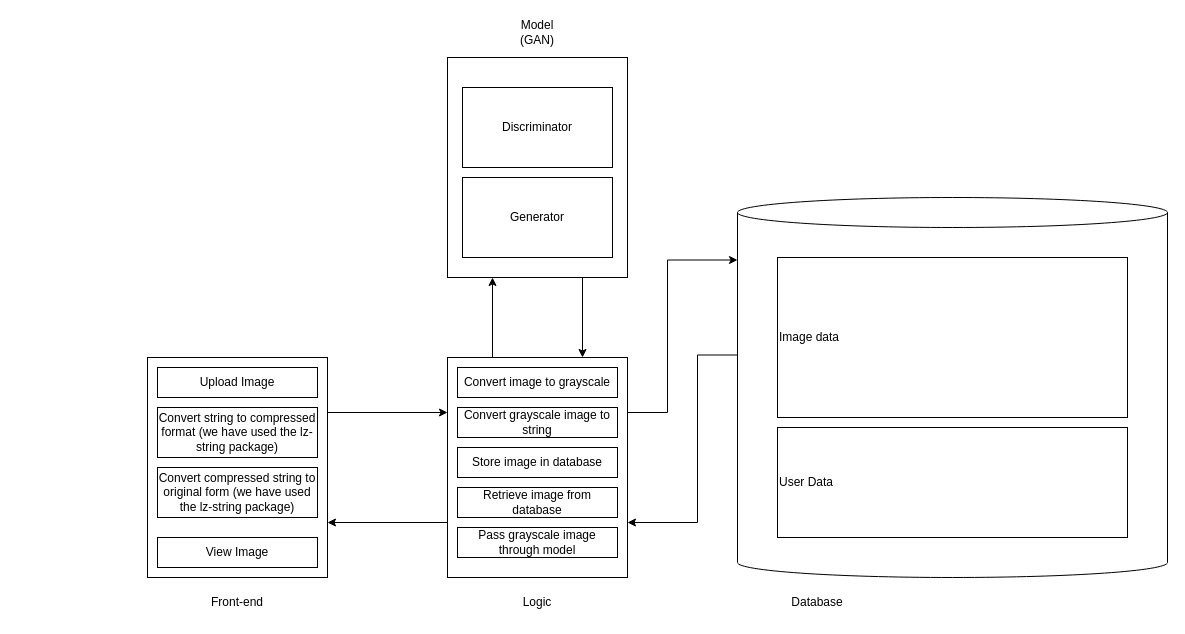
Before: det-diag-v-1.drawio in aditya-deo/gan-paper-2-diagrams, a draw.io diagram. Source tidied: cells renumbered, new cells numbered last; positions are measured from the earlier drawing's top-left corner, leaving out a move shared by most shapes. Both pictures are drawn from the tidied source at 100%, with x=0, y=0 at pixel (147, 17).
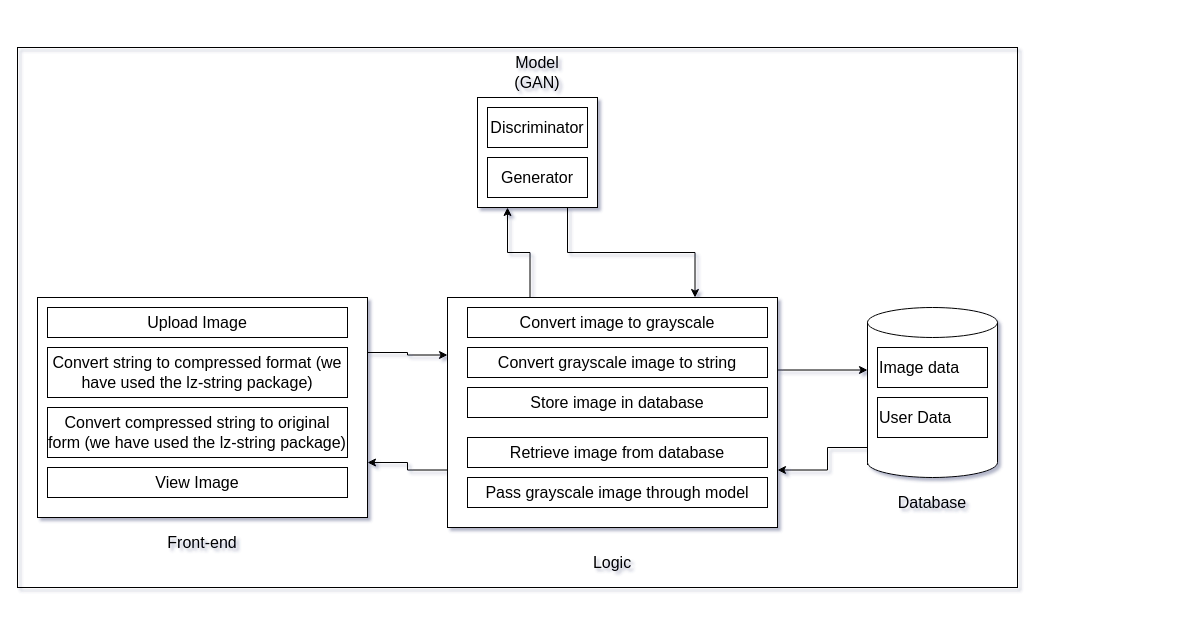
After the change.

The edit, as a diff of the source:
```diff
@@
-<mxGraphModel background="#ffffff">
+<mxGraphModel background="#ffffff" shadow="1">
@@
-    <mxCell id="2" style="edgeStyle=orthogonalEdgeStyle;rounded=0;jettySize=auto;html=1;exitX=1;exitY=0.25;exitDx=0;exitDy=0;entryX=0;entryY=0.25;entryDx=0;entryDy=0;" parent="1" edge="1" source="3" target="7">
+    <mxCell id="2" style="edgeStyle=orthogonalEdgeStyle;rounded=0;jettySize=auto;html=1;exitX=1;exitY=0.25;exitDx=0;exitDy=0;entryX=0;entryY=0.25;entryDx=0;entryDy=0;fontSize=16;" parent="1" edge="1" source="3" target="7">
       <mxGeometry relative="1" as="geometry" />
     </mxCell>
-    <mxCell id="3" style="rounded=0;whiteSpace=wrap;html=1;" parent="1" vertex="1">
-      <mxGeometry y="340" width="180" height="220" as="geometry" />
+    <mxCell id="3" style="rounded=0;whiteSpace=wrap;html=1;fontSize=16;" parent="1" vertex="1">
+      <mxGeometry x="-110" y="280" width="330" height="220" as="geometry" />
     </mxCell>
-    <mxCell id="4" style="edgeStyle=orthogonalEdgeStyle;rounded=0;jettySize=auto;html=1;exitX=0.25;exitY=0;exitDx=0;exitDy=0;entryX=0.25;entryY=1;entryDx=0;entryDy=0;" parent="1" edge="1" source="7" target="9">
+    <mxCell id="4" style="edgeStyle=orthogonalEdgeStyle;rounded=0;jettySize=auto;html=1;exitX=0.25;exitY=0;exitDx=0;exitDy=0;entryX=0.25;entryY=1;entryDx=0;entryDy=0;fontSize=16;" parent="1" edge="1" source="7" target="9">
       <mxGeometry relative="1" as="geometry" />
     </mxCell>
-    <mxCell id="5" style="edgeStyle=orthogonalEdgeStyle;rounded=0;jettySize=auto;html=1;exitX=1;exitY=0.25;exitDx=0;exitDy=0;entryX=0;entryY=0;entryDx=0;entryDy=62.5;entryPerimeter=0;" parent="1" edge="1" source="7" target="11">
+    <mxCell id="5" style="edgeStyle=orthogonalEdgeStyle;rounded=0;jettySize=auto;html=1;exitX=1;exitY=0.25;exitDx=0;exitDy=0;entryX=0;entryY=0;entryDx=0;entryDy=62.5;entryPerimeter=0;fontSize=16;" parent="1" edge="1" source="7" target="11">
       <mxGeometry relative="1" as="geometry">
         <Array as="points">
-          <mxPoint x="520" y="395" />
-          <mxPoint x="520" y="243" />
+          <mxPoint x="530" y="395" />
+          <mxPoint x="530" y="353" />
         </Array>
       </mxGeometry>
     </mxCell>
-    <mxCell id="6" style="edgeStyle=orthogonalEdgeStyle;rounded=0;jettySize=auto;html=1;exitX=0;exitY=0.75;exitDx=0;exitDy=0;entryX=1;entryY=0.75;entryDx=0;entryDy=0;" parent="1" edge="1" source="7" target="3">
+    <mxCell id="6" style="edgeStyle=orthogonalEdgeStyle;rounded=0;jettySize=auto;html=1;exitX=0;exitY=0.75;exitDx=0;exitDy=0;entryX=1;entryY=0.75;entryDx=0;entryDy=0;fontSize=16;" parent="1" edge="1" source="7" target="3">
       <mxGeometry relative="1" as="geometry" />
     </mxCell>
-    <mxCell id="7" style="rounded=0;whiteSpace=wrap;html=1;" parent="1" vertex="1">
-      <mxGeometry x="300" y="340" width="180" height="220" as="geometry" />
+    <mxCell id="7" style="rounded=0;whiteSpace=wrap;html=1;fontSize=16;" parent="1" vertex="1">
+      <mxGeometry x="300" y="280" width="330" height="230" as="geometry" />
     </mxCell>
-    <mxCell id="8" style="edgeStyle=orthogonalEdgeStyle;rounded=0;jettySize=auto;html=1;exitX=0.75;exitY=1;exitDx=0;exitDy=0;entryX=0.75;entryY=0;entryDx=0;entryDy=0;" parent="1" edge="1" source="9" target="7">
+    <mxCell id="8" style="edgeStyle=orthogonalEdgeStyle;rounded=0;jettySize=auto;html=1;exitX=0.75;exitY=1;exitDx=0;exitDy=0;entryX=0.75;entryY=0;entryDx=0;entryDy=0;fontSize=16;" parent="1" edge="1" source="9" target="7">
       <mxGeometry relative="1" as="geometry" />
     </mxCell>
-    <mxCell id="9" style="rounded=0;whiteSpace=wrap;html=1;" parent="1" vertex="1">
-      <mxGeometry x="300" y="40" width="180" height="220" as="geometry" />
+    <mxCell id="9" style="rounded=0;whiteSpace=wrap;html=1;fontSize=16;" parent="1" vertex="1">
+      <mxGeometry x="330" y="80" width="120" height="110" as="geometry" />
     </mxCell>
-    <mxCell id="10" style="edgeStyle=orthogonalEdgeStyle;rounded=0;jettySize=auto;html=1;exitX=0;exitY=0;exitDx=0;exitDy=157.5;exitPerimeter=0;entryX=1;entryY=0.75;entryDx=0;entryDy=0;" parent="1" edge="1" source="11" target="7">
+    <mxCell id="10" style="edgeStyle=orthogonalEdgeStyle;rounded=0;jettySize=auto;html=1;exitX=0;exitY=0;exitDx=0;exitDy=157.5;exitPerimeter=0;entryX=1;entryY=0.75;entryDx=0;entryDy=0;fontSize=16;" parent="1" edge="1" source="11" target="7">
       <mxGeometry relative="1" as="geometry">
         <Array as="points">
-          <mxPoint x="550" y="338" />
-          <mxPoint x="550" y="505" />
+          <mxPoint x="840" y="430" />
+          <mxPoint x="680" y="430" />
+          <mxPoint x="680" y="453" />
+          <mxPoint x="660" y="453" />
         </Array>
       </mxGeometry>
     </mxCell>
-    <mxCell id="11" style="shape=cylinder3;whiteSpace=wrap;html=1;boundedLbl=1;backgroundOutline=1;size=15;" parent="1" vertex="1">
-      <mxGeometry x="590" y="180" width="430" height="380" as="geometry" />
+    <mxCell id="11" style="shape=cylinder3;whiteSpace=wrap;html=1;boundedLbl=1;backgroundOutline=1;size=15;fontSize=16;" parent="1" vertex="1">
+      <mxGeometry x="720" y="290" width="130" height="170" as="geometry" />
     </mxCell>
-    <mxCell id="12" value="Front-end" style="text;html=1;strokeColor=none;fillColor=none;align=center;verticalAlign=middle;whiteSpace=wrap;rounded=0;" parent="1" vertex="1">
-      <mxGeometry x="60" y="570" width="60" height="30" as="geometry" />
+    <mxCell id="12" value="Front-end" style="text;html=1;strokeColor=none;fillColor=none;align=center;verticalAlign=middle;whiteSpace=wrap;rounded=0;fontSize=16;" parent="1" vertex="1">
+      <mxGeometry x="5" y="510" width="100" height="30" as="geometry" />
     </mxCell>
-    <mxCell id="13" value="Logic" style="text;html=1;strokeColor=none;fillColor=none;align=center;verticalAlign=middle;whiteSpace=wrap;rounded=0;" parent="1" vertex="1">
-      <mxGeometry x="360" y="570" width="60" height="30" as="geometry" />
+    <mxCell id="13" value="Logic" style="text;html=1;strokeColor=none;fillColor=none;align=center;verticalAlign=middle;whiteSpace=wrap;rounded=0;fontSize=16;" parent="1" vertex="1">
+      <mxGeometry x="435" y="530" width="60" height="30" as="geometry" />
     </mxCell>
-    <mxCell id="14" value="Model (GAN)" style="text;html=1;strokeColor=none;fillColor=none;align=center;verticalAlign=middle;whiteSpace=wrap;rounded=0;" parent="1" vertex="1">
-      <mxGeometry x="360" width="60" height="30" as="geometry" />
+    <mxCell id="14" value="Model (GAN)" style="text;html=1;strokeColor=none;fillColor=none;align=center;verticalAlign=middle;whiteSpace=wrap;rounded=0;fontSize=16;" parent="1" vertex="1">
+      <mxGeometry x="360" y="40" width="60" height="30" as="geometry" />
     </mxCell>
-    <mxCell id="15" value="Database" style="text;html=1;strokeColor=none;fillColor=none;align=center;verticalAlign=middle;whiteSpace=wrap;rounded=0;" parent="1" vertex="1">
-      <mxGeometry x="640" y="570" width="60" height="30" as="geometry" />
+    <mxCell id="15" value="Database" style="text;html=1;strokeColor=none;fillColor=none;align=center;verticalAlign=middle;whiteSpace=wrap;rounded=0;fontSize=16;" parent="1" vertex="1">
+      <mxGeometry x="755" y="470" width="60" height="30" as="geometry" />
     </mxCell>
-    <mxCell id="16" value="Upload Image" style="rounded=0;whiteSpace=wrap;html=1;" parent="1" vertex="1">
-      <mxGeometry x="10" y="350" width="160" height="30" as="geometry" />
+    <mxCell id="16" value="Upload Image" style="rounded=0;whiteSpace=wrap;html=1;fontSize=16;" parent="1" vertex="1">
+      <mxGeometry x="-100" y="290" width="300" height="30" as="geometry" />
     </mxCell>
-    <mxCell id="17" value="View Image" style="rounded=0;whiteSpace=wrap;html=1;" parent="1" vertex="1">
-      <mxGeometry x="10" y="520" width="160" height="30" as="geometry" />
+    <mxCell id="17" value="View Image" style="rounded=0;whiteSpace=wrap;html=1;fontSize=16;" parent="1" vertex="1">
+      <mxGeometry x="-100" y="450" width="300" height="30" as="geometry" />
     </mxCell>
-    <mxCell id="18" value="Convert string to compressed format (we have used the lz-string package)" style="rounded=0;whiteSpace=wrap;html=1;" parent="1" vertex="1">
-      <mxGeometry x="10" y="390" width="160" height="50" as="geometry" />
+    <mxCell id="18" value="Convert string to compressed format (we have used the lz-string package)" style="rounded=0;whiteSpace=wrap;html=1;fontSize=16;" parent="1" vertex="1">
+      <mxGeometry x="-100" y="330" width="300" height="50" as="geometry" />
     </mxCell>
-    <mxCell id="19" value="Convert compressed string to original form (we have used the lz-string package)" style="rounded=0;whiteSpace=wrap;html=1;" parent="1" vertex="1">
-      <mxGeometry x="10" y="450" width="160" height="50" as="geometry" />
+    <mxCell id="19" value="Convert compressed string to original form (we have used the lz-string package)" style="rounded=0;whiteSpace=wrap;html=1;fontSize=16;" parent="1" vertex="1">
+      <mxGeometry x="-100" y="390" width="300" height="50" as="geometry" />
     </mxCell>
-    <mxCell id="20" value="Convert grayscale image to string" style="rounded=0;whiteSpace=wrap;html=1;" parent="1" vertex="1">
-      <mxGeometry x="310" y="390" width="160" height="30" as="geometry" />
+    <mxCell id="20" value="Convert grayscale image to string" style="rounded=0;whiteSpace=wrap;html=1;fontSize=16;" parent="1" vertex="1">
+      <mxGeometry x="320" y="330" width="300" height="30" as="geometry" />
     </mxCell>
-    <mxCell id="21" value="Store image in database" style="rounded=0;whiteSpace=wrap;html=1;" parent="1" vertex="1">
-      <mxGeometry x="310" y="430" width="160" height="30" as="geometry" />
+    <mxCell id="21" value="Store image in database" style="rounded=0;whiteSpace=wrap;html=1;fontSize=16;" parent="1" vertex="1">
+      <mxGeometry x="320" y="370" width="300" height="30" as="geometry" />
     </mxCell>
-    <mxCell id="22" value="Retrieve image from database" style="rounded=0;whiteSpace=wrap;html=1;" parent="1" vertex="1">
-      <mxGeometry x="310" y="470" width="160" height="30" as="geometry" />
+    <mxCell id="22" value="Retrieve image from database" style="rounded=0;whiteSpace=wrap;html=1;fontSize=16;" parent="1" vertex="1">
+      <mxGeometry x="320" y="420" width="300" height="30" as="geometry" />
     </mxCell>
-    <mxCell id="23" value="Convert image to grayscale" style="rounded=0;whiteSpace=wrap;html=1;" parent="1" vertex="1">
-      <mxGeometry x="310" y="350" width="160" height="30" as="geometry" />
+    <mxCell id="23" value="Convert image to grayscale" style="rounded=0;whiteSpace=wrap;html=1;fontSize=16;" parent="1" vertex="1">
+      <mxGeometry x="320" y="290" width="300" height="30" as="geometry" />
     </mxCell>
-    <mxCell id="24" value="Pass grayscale image through model" style="rounded=0;whiteSpace=wrap;html=1;" parent="1" vertex="1">
-      <mxGeometry x="310" y="510" width="160" height="30" as="geometry" />
+    <mxCell id="24" value="Pass grayscale image through model" style="rounded=0;whiteSpace=wrap;html=1;fontSize=16;" parent="1" vertex="1">
+      <mxGeometry x="320" y="460" width="300" height="30" as="geometry" />
     </mxCell>
-    <mxCell id="25" value="Image data" style="rounded=0;whiteSpace=wrap;html=1;align=left;" parent="1" vertex="1">
-      <mxGeometry x="630" y="240" width="350" height="160" as="geometry" />
+    <mxCell id="25" value="Image data" style="rounded=0;whiteSpace=wrap;html=1;align=left;fontSize=16;" parent="1" vertex="1">
+      <mxGeometry x="730" y="330" width="110" height="40" as="geometry" />
     </mxCell>
-    <mxCell id="26" value="User Data" style="rounded=0;whiteSpace=wrap;html=1;align=left;" parent="1" vertex="1">
-      <mxGeometry x="630" y="410" width="350" height="110" as="geometry" />
+    <mxCell id="26" value="User Data" style="rounded=0;whiteSpace=wrap;html=1;align=left;fontSize=16;" parent="1" vertex="1">
+      <mxGeometry x="730" y="380" width="110" height="40" as="geometry" />
     </mxCell>
-    <mxCell id="27" value="Discriminator" style="rounded=0;whiteSpace=wrap;html=1;" parent="1" vertex="1">
-      <mxGeometry x="315" y="70" width="150" height="80" as="geometry" />
+    <mxCell id="27" value="Discriminator" style="rounded=0;whiteSpace=wrap;html=1;fontSize=16;" parent="1" vertex="1">
+      <mxGeometry x="340" y="90" width="100" height="40" as="geometry" />
     </mxCell>
-    <mxCell id="28" value="Generator" style="rounded=0;whiteSpace=wrap;html=1;" parent="1" vertex="1">
-      <mxGeometry x="315" y="160" width="150" height="80" as="geometry" />
+    <mxCell id="28" value="Generator" style="rounded=0;whiteSpace=wrap;html=1;fontSize=16;" parent="1" vertex="1">
+      <mxGeometry x="340" y="140" width="100" height="40" as="geometry" />
     </mxCell>
+    <mxCell id="29" style="rounded=0;whiteSpace=wrap;html=1;fillColor=none;" parent="1" vertex="1">
+      <mxGeometry x="-130" y="30" width="1000" height="540" as="geometry" />
+    </mxCell>
```
